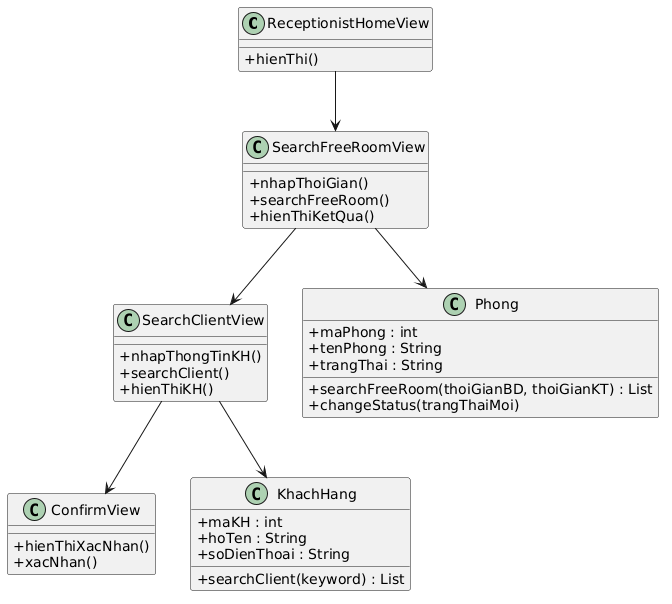
Above: output/diagrams/booking_bce_datphong.png in thanhtrnnn/cnpm (PlantUML), before the change.
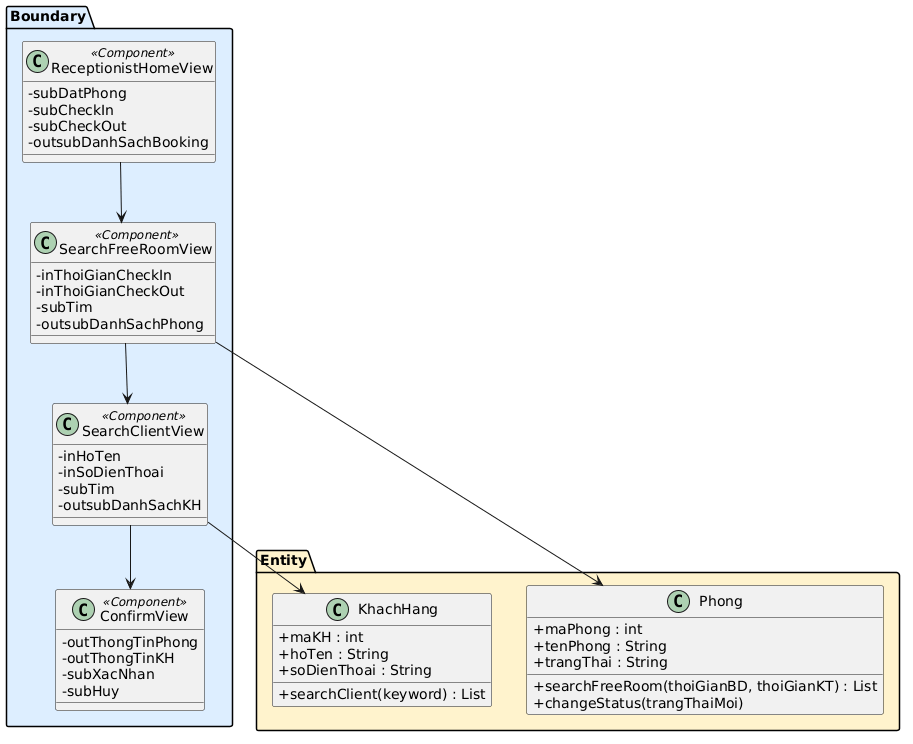
After the change.

Commit message:
fix: BCE analysis diagrams - Boundary classes have attributes only, Entity classes keep methods

What changed in the source:
```diff
@@ -1,40 +1,51 @@
 @startuml
 skinparam classAttributeIconSize 0
 
-class ReceptionistHomeView {
-  +hienThi()
+package "Boundary" #DDEEFF {
+  class ReceptionistHomeView <<Component>> {
+    -subDatPhong
+    -subCheckIn
+    -subCheckOut
+    -outsubDanhSachBooking
+  }
+
+  class SearchFreeRoomView <<Component>> {
+    -inThoiGianCheckIn
+    -inThoiGianCheckOut
+    -subTim
+    -outsubDanhSachPhong
+  }
+
+  class SearchClientView <<Component>> {
+    -inHoTen
+    -inSoDienThoai
+    -subTim
+    -outsubDanhSachKH
+  }
+
+  class ConfirmView <<Component>> {
+    -outThongTinPhong
+    -outThongTinKH
+    -subXacNhan
+    -subHuy
+  }
 }
 
-class SearchFreeRoomView {
-  +nhapThoiGian()
-  +searchFreeRoom()
-  +hienThiKetQua()
-}
+package "Entity" #FFF3CD {
+  class Phong {
+    +maPhong : int
+    +tenPhong : String
+    +trangThai : String
+    +searchFreeRoom(thoiGianBD, thoiGianKT) : List
+    +changeStatus(trangThaiMoi)
+  }
 
-class SearchClientView {
-  +nhapThongTinKH()
-  +searchClient()
-  +hienThiKH()
-}
-
-class ConfirmView {
-  +hienThiXacNhan()
-  +xacNhan()
-}
-
-class Phong {
-  +maPhong : int
-  +tenPhong : String
-  +trangThai : String
-  +searchFreeRoom(thoiGianBD, thoiGianKT) : List
-  +changeStatus(trangThaiMoi)
-}
-
-class KhachHang {
-  +maKH : int
-  +hoTen : String
-  +soDienThoai : String
-  +searchClient(keyword) : List
+  class KhachHang {
+    +maKH : int
+    +hoTen : String
+    +soDienThoai : String
+    +searchClient(keyword) : List
+  }
 }
 
 ReceptionistHomeView --> SearchFreeRoomView
```
